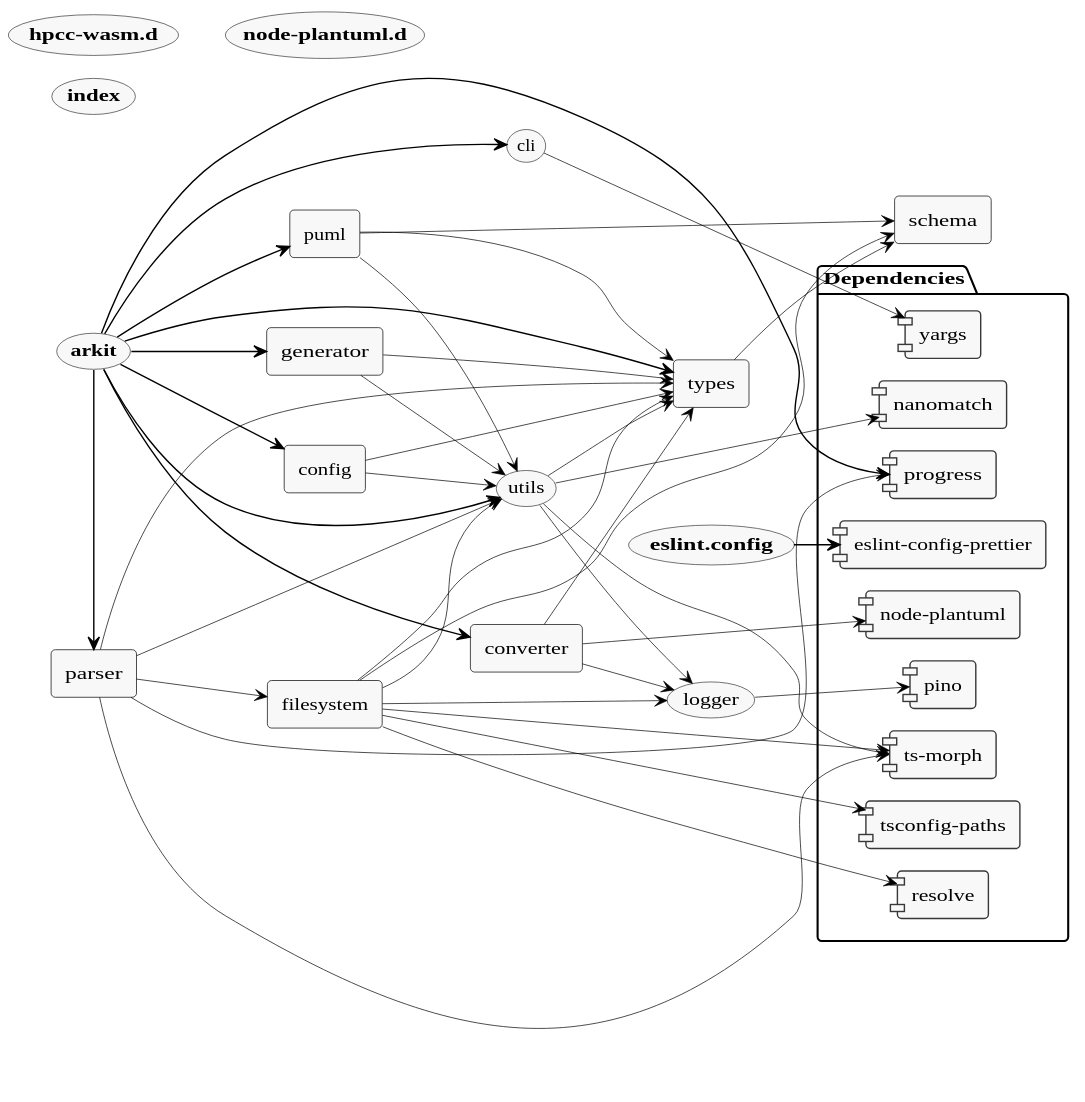
Before: dist/arkit.svg, a diagram exported from PlantUML (dyatko/arkit).
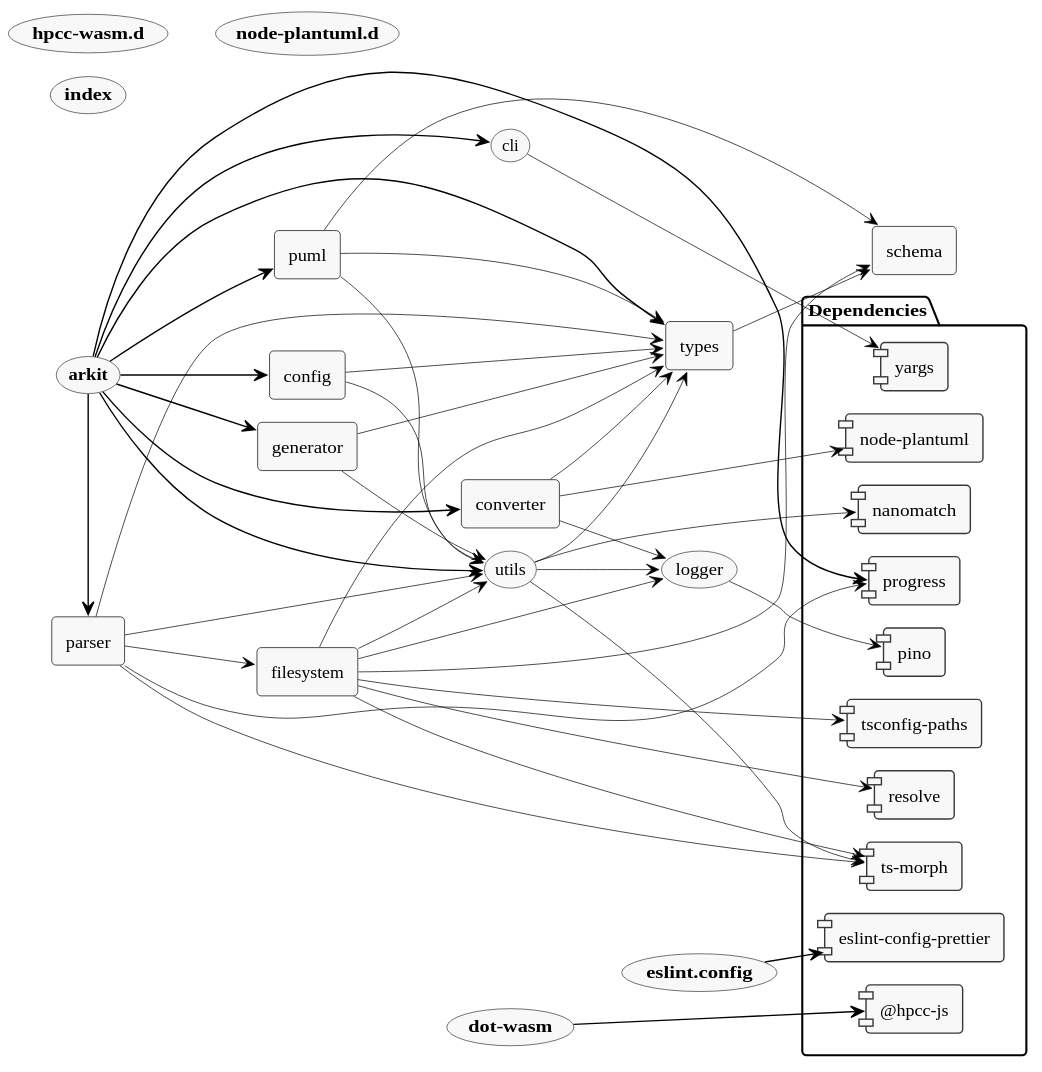
Above is the later version.

The edit, as a diff of the source:
```diff
@@ -3,8 +3,8 @@
 scale max 1920 width
 left to right direction
 
-skinparam nodesep 16
-skinparam ranksep 33
+skinparam nodesep 17
+skinparam ranksep 34
 skinparam monochrome true
 skinparam shadowing false
 skinparam defaultFontName Tahoma
@@ -32,6 +32,7 @@
 (cli)
 rectangle "config" as _config
 rectangle "converter" as _converter
+(<b>dot-wasm</b>)
 (<b>eslint.config</b>)
 rectangle "filesystem" as _filesystem
 rectangle "generator" as _generator
@@ -46,6 +47,7 @@
 (utils)
 
 package "Dependencies" {
+  [@hpcc-js]
   [eslint-config-prettier]
   [nanomatch]
   [node-plantuml]
@@ -72,6 +74,7 @@
 _converter --> (logger)
 _converter ---> [node-plantuml]
 _converter --> _types
+(<b>dot-wasm</b>) ---[thickness=1]> [@hpcc-js]
 (<b>eslint.config</b>) --[thickness=1]> [eslint-config-prettier]
 _filesystem --> (logger)
 _filesystem ---> [resolve]
```
